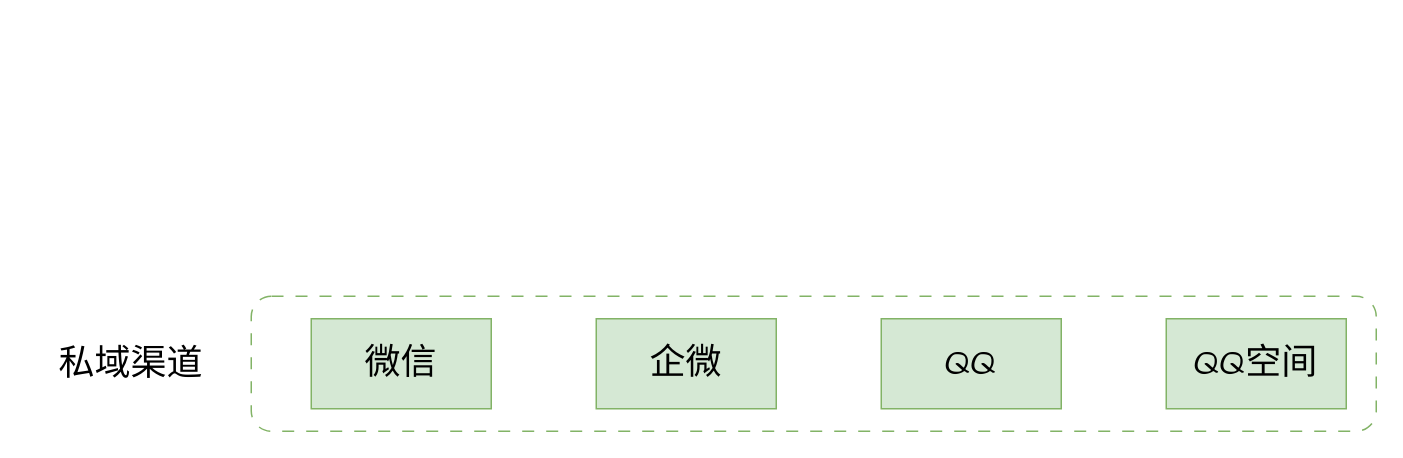
The draw.io diagram 私域工具终极形态.drawio in skindhu/9GAG, before the edit. Source tidied: cells renumbered, new cells numbered last; positions are measured from the earlier drawing's top-left corner, leaving out a move shared by most shapes. Both pictures are drawn from the tidied source at 150%, with x=0, y=0 at pixel (26, 296).
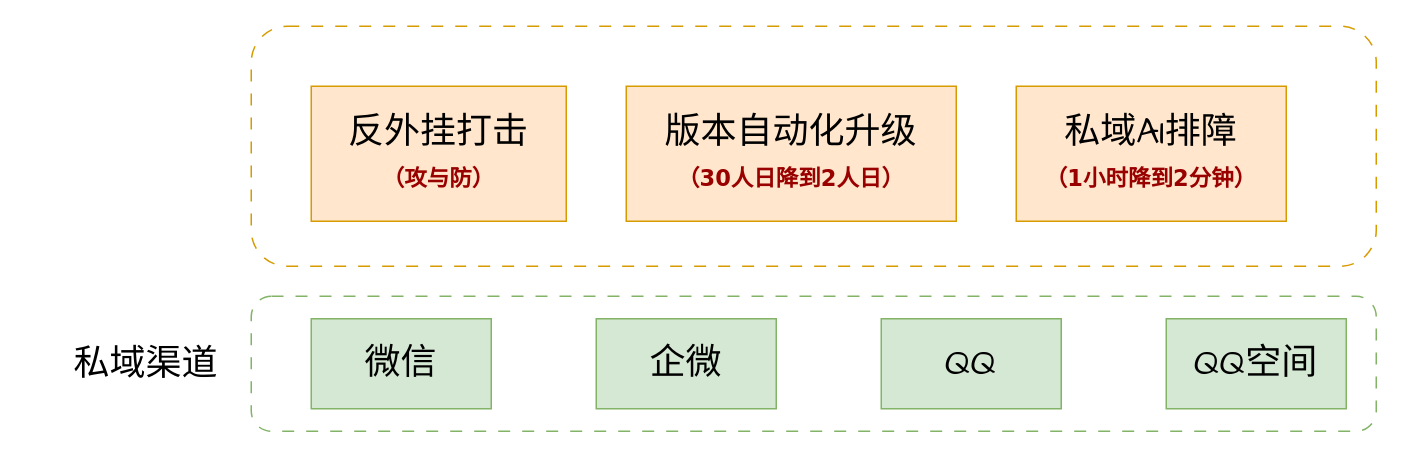
The same diagram, later.

Commit message (it also covers changes not shown here):
更新私域工具终极形态.drawio

Diff of the diagram source:
```diff
@@
 <mxGraphModel>
   <root>
     <mxCell id="0" />
     <mxCell id="1" parent="0" />
     <mxCell id="2" style="rounded=1;whiteSpace=wrap;html=1;hachureGap=4;strokeColor=#82b366;align=center;verticalAlign=middle;fontFamily=Architects Daughter;fontSize=12;fillColor=none;dashed=1;dashPattern=8 8;" parent="1" vertex="1">
       <mxGeometry x="150" width="750" height="90" as="geometry" />
     </mxCell>
     <mxCell id="3" value="微信" style="rounded=0;whiteSpace=wrap;html=1;hachureGap=4;strokeColor=#82b366;align=center;verticalAlign=middle;fontFamily=Architects Daughter;fontSize=24;fillColor=#d5e8d4;" parent="1" vertex="1">
       <mxGeometry x="190" y="15" width="120" height="60" as="geometry" />
     </mxCell>
     <mxCell id="4" value="企微" style="rounded=0;whiteSpace=wrap;html=1;hachureGap=4;strokeColor=#82b366;align=center;verticalAlign=middle;fontFamily=Architects Daughter;fontSize=24;fillColor=#d5e8d4;" parent="1" vertex="1">
       <mxGeometry x="380" y="15" width="120" height="60" as="geometry" />
     </mxCell>
     <mxCell id="5" value="QQ" style="rounded=0;whiteSpace=wrap;html=1;hachureGap=4;strokeColor=#82b366;align=center;verticalAlign=middle;fontFamily=Architects Daughter;fontSize=24;fillColor=#d5e8d4;" parent="1" vertex="1">
       <mxGeometry x="570" y="15" width="120" height="60" as="geometry" />
     </mxCell>
     <mxCell id="6" value="QQ空间" style="rounded=0;whiteSpace=wrap;html=1;hachureGap=4;strokeColor=#82b366;align=center;verticalAlign=middle;fontFamily=Architects Daughter;fontSize=24;fillColor=#d5e8d4;" parent="1" vertex="1">
       <mxGeometry x="760" y="15" width="120" height="60" as="geometry" />
     </mxCell>
     <mxCell id="7" value="私域渠道" style="text;html=1;align=center;verticalAlign=middle;whiteSpace=wrap;rounded=0;fontFamily=Helvetica;fontSize=24;fontColor=default;" parent="1" vertex="1">
-      <mxGeometry y="30" width="140" height="30" as="geometry" />
+      <mxGeometry x="10" y="30" width="140" height="30" as="geometry" />
     </mxCell>
+    <mxCell id="8" style="rounded=1;whiteSpace=wrap;html=1;hachureGap=4;strokeColor=#d79b00;align=center;verticalAlign=middle;fontFamily=Architects Daughter;fontSize=12;fillColor=none;dashed=1;dashPattern=8 8;" parent="1" vertex="1">
+      <mxGeometry x="150" y="-180" width="750" height="160" as="geometry" />
+    </mxCell>
+    <mxCell id="9" value="反外挂打击&lt;div&gt;&lt;font face=&quot;Verdana&quot; style=&quot;font-size: 15px; color: rgb(153, 0, 0);&quot;&gt;&lt;b&gt;（攻与防）&lt;/b&gt;&lt;/font&gt;&lt;/div&gt;" style="rounded=0;whiteSpace=wrap;html=1;hachureGap=4;strokeColor=#d79b00;align=center;verticalAlign=middle;fontFamily=Architects Daughter;fontSize=24;fillColor=#ffe6cc;" parent="1" vertex="1">
+      <mxGeometry x="190" y="-140" width="170" height="90" as="geometry" />
+    </mxCell>
+    <mxCell id="10" value="版本自动化升级&lt;div&gt;&lt;font face=&quot;Verdana&quot; style=&quot;font-size: 15px; color: rgb(153, 0, 0);&quot;&gt;&lt;b&gt;（30人日降到2人日）&lt;/b&gt;&lt;/font&gt;&lt;/div&gt;" style="rounded=0;whiteSpace=wrap;html=1;hachureGap=4;strokeColor=#d79b00;align=center;verticalAlign=middle;fontFamily=Architects Daughter;fontSize=24;fillColor=#ffe6cc;" parent="1" vertex="1">
+      <mxGeometry x="400" y="-140" width="220" height="90" as="geometry" />
+    </mxCell>
+    <mxCell id="11" value="私域AI排障&lt;br&gt;&lt;div&gt;&lt;font face=&quot;Verdana&quot; style=&quot;font-size: 15px; color: rgb(153, 0, 0);&quot;&gt;&lt;b&gt;（1小时降到2分钟）&lt;/b&gt;&lt;/font&gt;&lt;/div&gt;" style="rounded=0;whiteSpace=wrap;html=1;hachureGap=4;strokeColor=#d79b00;align=center;verticalAlign=middle;fontFamily=Architects Daughter;fontSize=24;fillColor=#ffe6cc;" parent="1" vertex="1">
+      <mxGeometry x="660" y="-140" width="180" height="90" as="geometry" />
+    </mxCell>
   </root>
 </mxGraphModel>
```
